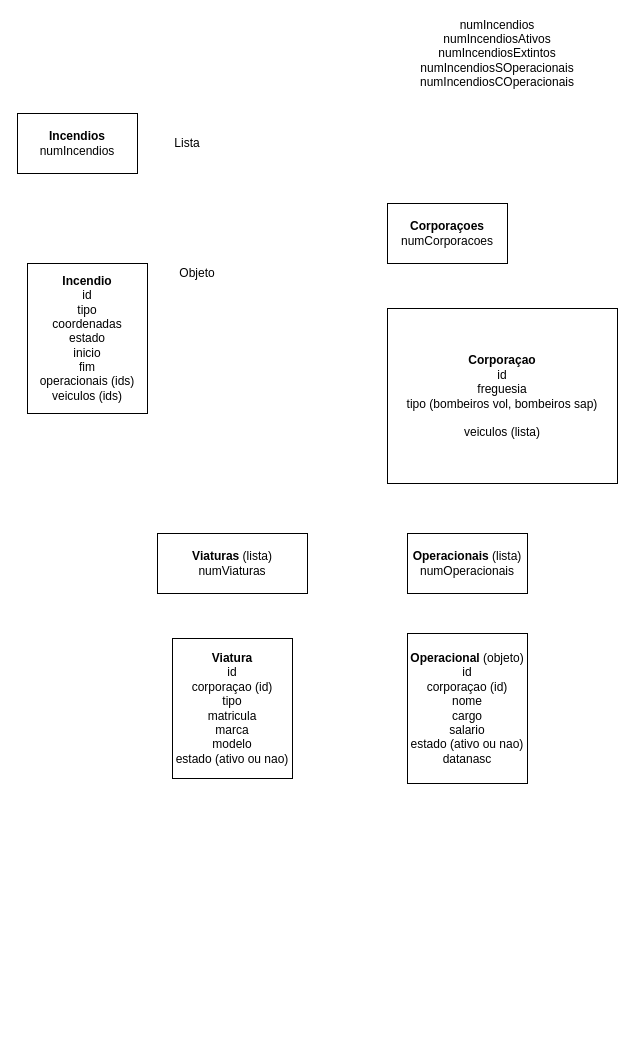
Earlier version of the draw.io diagram Diagrama-Esboco.drawio (duartemelo/LP2). Source tidied: cells renumbered, new cells numbered last; positions are measured from the earlier drawing's top-left corner, leaving out a move shared by most shapes. Both pictures are drawn from the tidied source at 100%, with x=0, y=0 at pixel (17, 43).
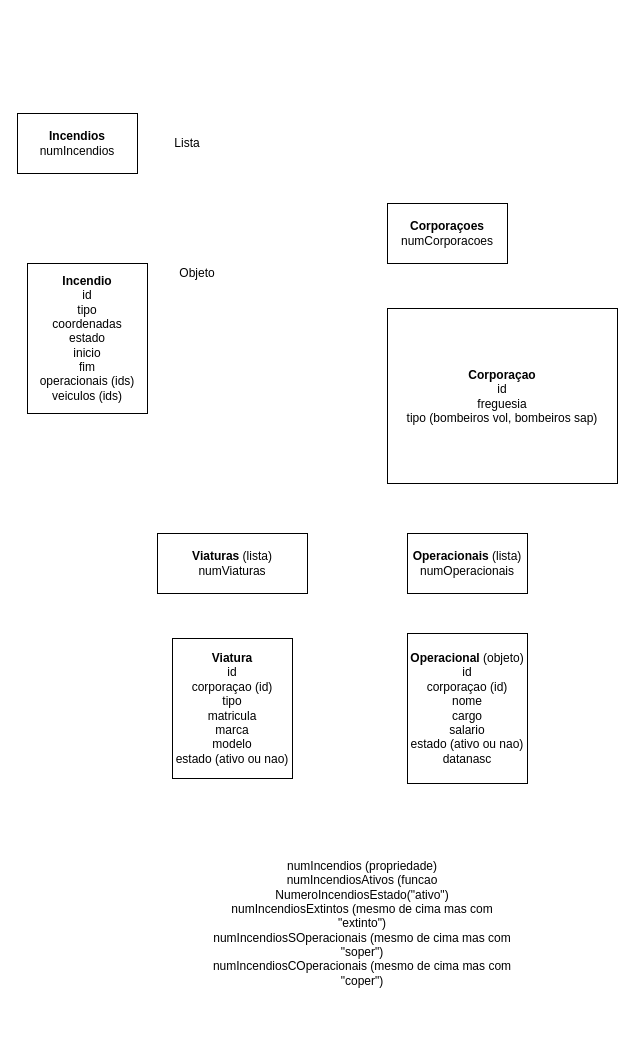
After the change.

The edit, as a diff of the source:
```diff
@@
 <mxGraphModel>
   <root>
     <mxCell id="0" />
     <mxCell id="1" parent="0" />
     <mxCell id="2" value="&lt;b&gt;Incendios&lt;/b&gt;&lt;br&gt;numIncendios" style="rounded=0;whiteSpace=wrap;html=1;" parent="1" vertex="1">
       <mxGeometry y="70" width="120" height="60" as="geometry" />
     </mxCell>
     <mxCell id="3" value="&lt;b&gt;Incendio&lt;/b&gt;&lt;br&gt;id&lt;br&gt;tipo&lt;br&gt;coordenadas&lt;br&gt;estado&lt;br&gt;inicio&lt;br&gt;fim&lt;br&gt;operacionais (ids)&lt;br&gt;veiculos (ids)" style="rounded=0;whiteSpace=wrap;html=1;" parent="1" vertex="1">
       <mxGeometry x="10" y="220" width="120" height="150" as="geometry" />
     </mxCell>
     <mxCell id="4" value="Lista" style="text;html=1;strokeColor=none;fillColor=none;align=center;verticalAlign=middle;whiteSpace=wrap;rounded=0;" parent="1" vertex="1">
       <mxGeometry x="150" y="90" width="40" height="20" as="geometry" />
     </mxCell>
     <mxCell id="5" value="Objeto" style="text;html=1;strokeColor=none;fillColor=none;align=center;verticalAlign=middle;whiteSpace=wrap;rounded=0;" parent="1" vertex="1">
       <mxGeometry x="160" y="220" width="40" height="20" as="geometry" />
     </mxCell>
-    <mxCell id="6" value="numIncendios&lt;br&gt;numIncendiosAtivos&lt;br&gt;numIncendiosExtintos&lt;br&gt;numIncendiosSOperacionais&lt;br&gt;numIncendiosCOperacionais&lt;br&gt;" style="text;html=1;strokeColor=none;fillColor=none;align=center;verticalAlign=middle;whiteSpace=wrap;rounded=0;" parent="1" vertex="1">
-      <mxGeometry x="460" width="40" height="20" as="geometry" />
+    <mxCell id="6" value="numIncendios (propriedade)&lt;br&gt;numIncendiosAtivos (funcao NumeroIncendiosEstado(&quot;ativo&quot;)&lt;br&gt;numIncendiosExtintos (mesmo de cima mas com &quot;extinto&quot;)&lt;br&gt;numIncendiosSOperacionais (mesmo de cima mas com &quot;soper&quot;)&lt;br&gt;numIncendiosCOperacionais (mesmo de cima mas com &quot;coper&quot;)" style="text;html=1;strokeColor=none;fillColor=none;align=center;verticalAlign=middle;whiteSpace=wrap;rounded=0;" parent="1" vertex="1">
+      <mxGeometry x="190" y="780" width="310" height="200" as="geometry" />
     </mxCell>
     <mxCell id="7" value="&lt;b&gt;Corporaçoes&lt;/b&gt;&lt;br&gt;numCorporacoes" style="rounded=0;whiteSpace=wrap;html=1;" parent="1" vertex="1">
       <mxGeometry x="370" y="160" width="120" height="60" as="geometry" />
     </mxCell>
-    <mxCell id="8" value="&lt;b&gt;Corporaçao&lt;/b&gt;&lt;br&gt;id&lt;br&gt;freguesia&lt;br&gt;tipo (bombeiros vol, bombeiros sap)&lt;br&gt;&lt;br&gt;veiculos (lista)" style="rounded=0;whiteSpace=wrap;html=1;" parent="1" vertex="1">
+    <mxCell id="8" value="&lt;b&gt;Corporaçao&lt;/b&gt;&lt;br&gt;id&lt;br&gt;freguesia&lt;br&gt;tipo (bombeiros vol, bombeiros sap)" style="rounded=0;whiteSpace=wrap;html=1;" parent="1" vertex="1">
       <mxGeometry x="370" y="265" width="230" height="175" as="geometry" />
     </mxCell>
     <mxCell id="9" value="&lt;b&gt;Operacionais&lt;/b&gt; (lista)&lt;br&gt;numOperacionais" style="rounded=0;whiteSpace=wrap;html=1;" parent="1" vertex="1">
       <mxGeometry x="390" y="490" width="120" height="60" as="geometry" />
     </mxCell>
     <mxCell id="10" value="&lt;b&gt;Operacional &lt;/b&gt;(objeto)&lt;br&gt;id&lt;br&gt;corporaçao (id)&lt;br&gt;nome&lt;br&gt;cargo&lt;br&gt;salario&lt;br&gt;estado (ativo ou nao)&lt;br&gt;datanasc" style="rounded=0;whiteSpace=wrap;html=1;" parent="1" vertex="1">
       <mxGeometry x="390" y="590" width="120" height="150" as="geometry" />
     </mxCell>
     <mxCell id="11" value="&lt;b&gt;Viaturas&lt;/b&gt; (lista)&lt;br&gt;numViaturas" style="rounded=0;whiteSpace=wrap;html=1;" parent="1" vertex="1">
       <mxGeometry x="140" y="490" width="150" height="60" as="geometry" />
     </mxCell>
     <mxCell id="12" value="&lt;b&gt;Viatura&lt;/b&gt;&lt;br&gt;id&lt;br&gt;corporaçao (id)&lt;br&gt;tipo&lt;br&gt;matricula&lt;br&gt;marca&lt;br&gt;modelo&lt;br&gt;estado (ativo ou nao)" style="rounded=0;whiteSpace=wrap;html=1;" parent="1" vertex="1">
       <mxGeometry x="155" y="595" width="120" height="140" as="geometry" />
     </mxCell>
   </root>
 </mxGraphModel>
```
